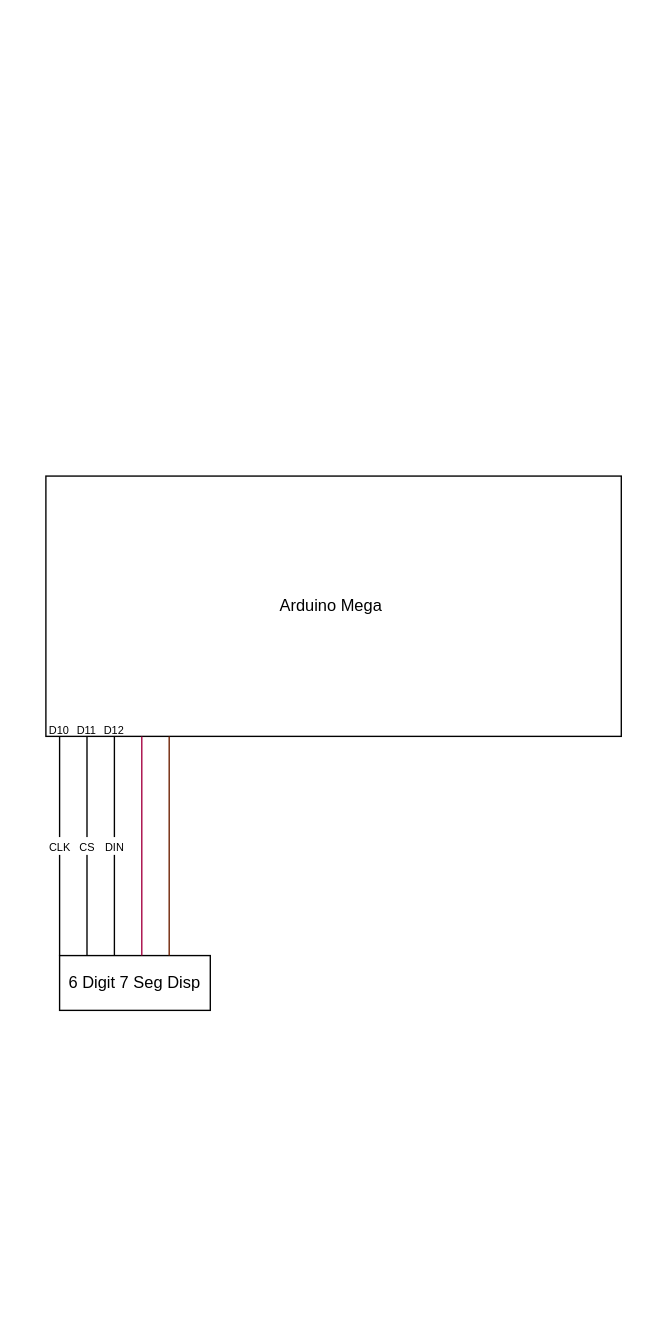
Before: Modules/RIO/VUHF_Radio/schematics/VUHF_RIO.drawio in joshgarbi/Project_F14_Tomcat, a draw.io diagram. Source tidied: cells renumbered, new cells numbered last; positions are measured from the earlier drawing's top-left corner, leaving out a move shared by most shapes. Both pictures are drawn from the tidied source at 137%, with x=0, y=0 at pixel (45, 475).
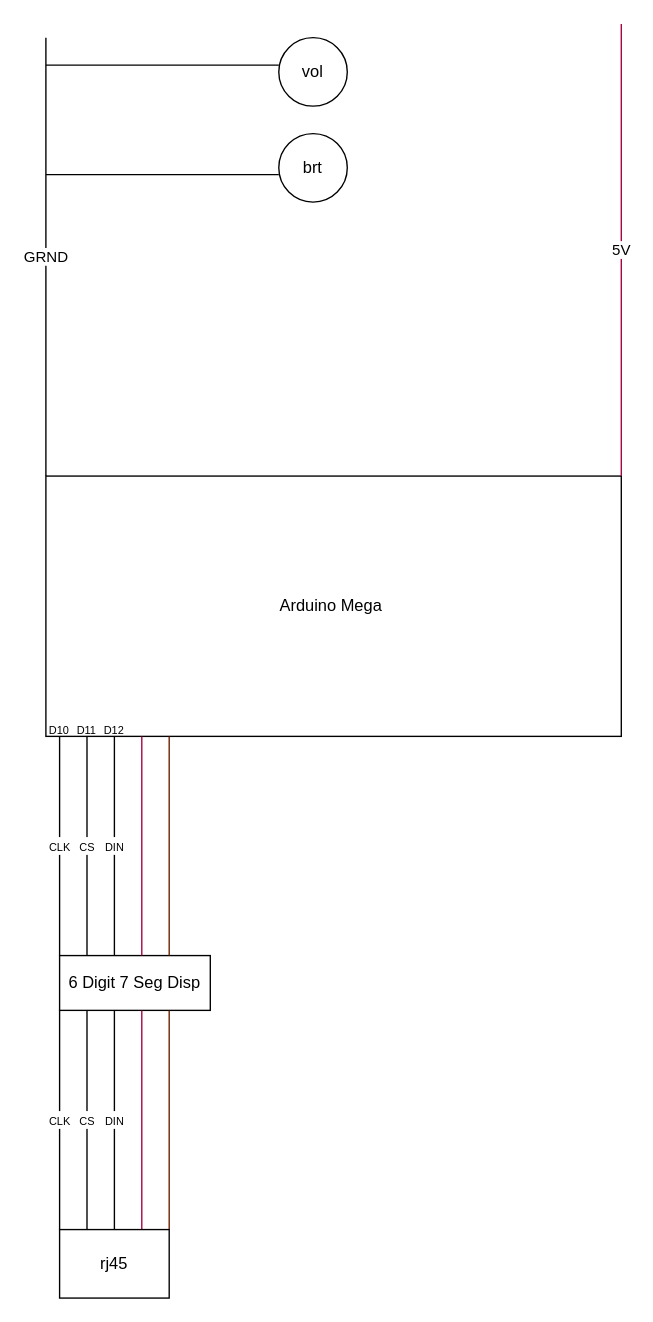
The same diagram, later.

What changed in the source:
```diff
@@
+    <mxCell id="12" value="&lt;font style=&quot;font-size: 8px;&quot;&gt;CLK&lt;/font&gt;" style="endArrow=none;html=1;rounded=0;" parent="1" edge="1">
+      <mxGeometry relative="1" as="geometry">
+        <mxPoint x="10" y="550" as="sourcePoint" />
+        <mxPoint x="10" y="390" as="targetPoint" />
+      </mxGeometry>
+    </mxCell>
+    <mxCell id="13" value="&lt;font style=&quot;font-size: 8px;&quot;&gt;CS&lt;/font&gt;" style="endArrow=none;html=1;rounded=0;" parent="1" edge="1">
+      <mxGeometry relative="1" as="geometry">
+        <mxPoint x="30" y="550" as="sourcePoint" />
+        <mxPoint x="30" y="390" as="targetPoint" />
+      </mxGeometry>
+    </mxCell>
+    <mxCell id="14" value="&lt;font style=&quot;font-size: 8px;&quot;&gt;DIN&lt;/font&gt;" style="endArrow=none;html=1;rounded=0;" parent="1" edge="1">
+      <mxGeometry relative="1" as="geometry">
+        <mxPoint x="50" y="550" as="sourcePoint" />
+        <mxPoint x="50" y="390" as="targetPoint" />
+      </mxGeometry>
+    </mxCell>
+    <mxCell id="15" style="endArrow=none;html=1;rounded=0;fillColor=#d80073;strokeColor=#A50040;" parent="1" edge="1">
+      <mxGeometry relative="1" as="geometry">
+        <mxPoint x="70" y="550" as="sourcePoint" />
+        <mxPoint x="70" y="390" as="targetPoint" />
+      </mxGeometry>
+    </mxCell>
+    <mxCell id="16" style="endArrow=none;html=1;rounded=0;fillColor=#a0522d;strokeColor=#6D1F00;" parent="1" edge="1">
+      <mxGeometry relative="1" as="geometry">
+        <mxPoint x="90" y="550" as="sourcePoint" />
+        <mxPoint x="90" y="390" as="targetPoint" />
+      </mxGeometry>
+    </mxCell>
+    <mxCell id="17" value="rj45" style="rounded=0;whiteSpace=wrap;html=1;" parent="1" vertex="1">
+      <mxGeometry x="10" y="550" width="80" height="50" as="geometry" />
+    </mxCell>
+    <mxCell id="18" value="vol" style="ellipse;whiteSpace=wrap;html=1;" parent="1" vertex="1">
+      <mxGeometry x="170" y="-320" width="50" height="50" as="geometry" />
+    </mxCell>
+    <mxCell id="19" value="brt" style="ellipse;whiteSpace=wrap;html=1;" parent="1" vertex="1">
+      <mxGeometry x="170" y="-250" width="50" height="50" as="geometry" />
+    </mxCell>
+    <mxCell id="20" value="GRND" style="endArrow=none;html=1;rounded=0;" parent="1" edge="1">
+      <mxGeometry relative="1" as="geometry">
+        <mxPoint as="sourcePoint" />
+        <mxPoint y="-320" as="targetPoint" />
+      </mxGeometry>
+    </mxCell>
+    <mxCell id="21" style="endArrow=none;html=1;rounded=0;" parent="1" edge="1">
+      <mxGeometry relative="1" as="geometry">
+        <mxPoint y="-300" as="sourcePoint" />
+        <mxPoint x="170" y="-300" as="targetPoint" />
+      </mxGeometry>
+    </mxCell>
+    <mxCell id="22" style="endArrow=none;html=1;rounded=0;" parent="1" edge="1">
+      <mxGeometry relative="1" as="geometry">
+        <mxPoint y="-220" as="sourcePoint" />
+        <mxPoint x="170" y="-220" as="targetPoint" />
+      </mxGeometry>
+    </mxCell>
+    <mxCell id="23" value="5V" style="endArrow=none;html=1;rounded=0;fillColor=#d80073;strokeColor=#A50040;" parent="1" edge="1">
+      <mxGeometry relative="1" as="geometry">
+        <mxPoint x="420" as="sourcePoint" />
+        <mxPoint x="420" y="-330" as="targetPoint" />
+      </mxGeometry>
+    </mxCell>
```
